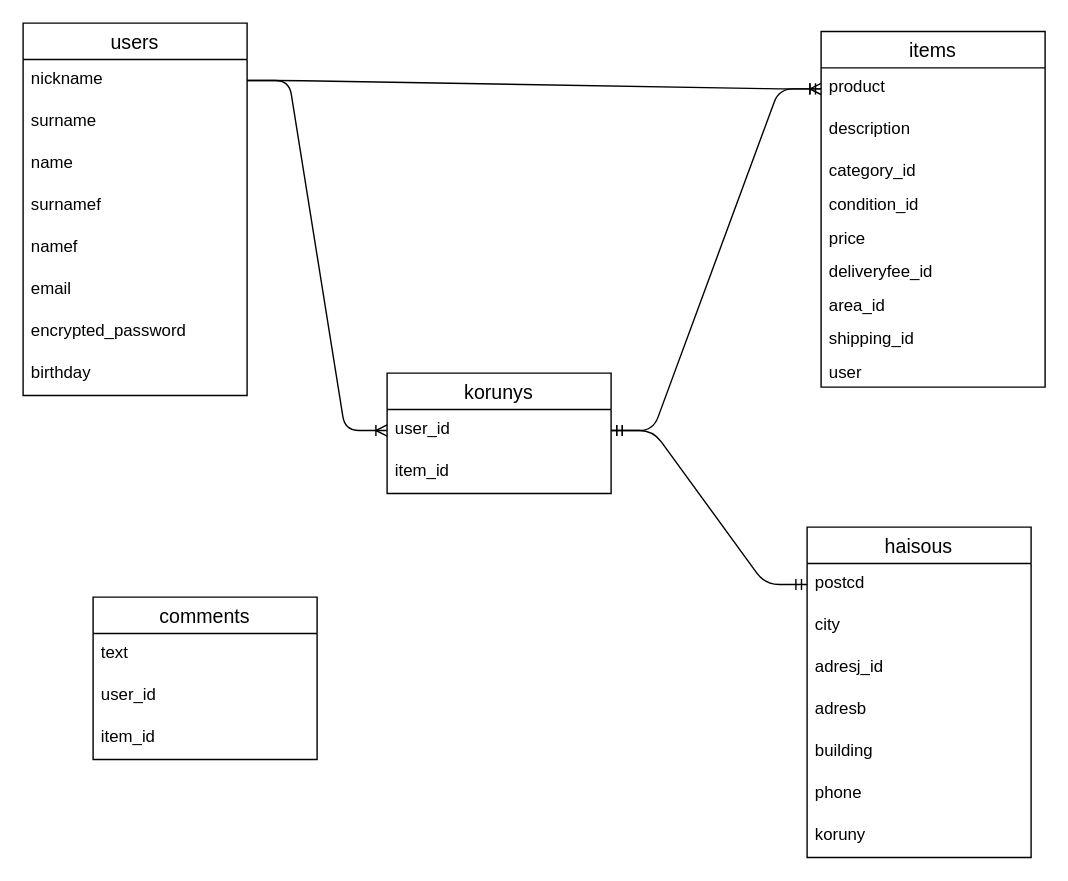
mahha334/furima-31178 keeps this draw.io diagram as app/views/ER.dio. Above is the earlier version. Source tidied: cells renumbered, new cells numbered last; positions are measured from the earlier drawing's top-left corner, leaving out a move shared by most shapes. Both pictures are drawn from the tidied source at 140%, with x=0, y=0 at pixel (22, 22).
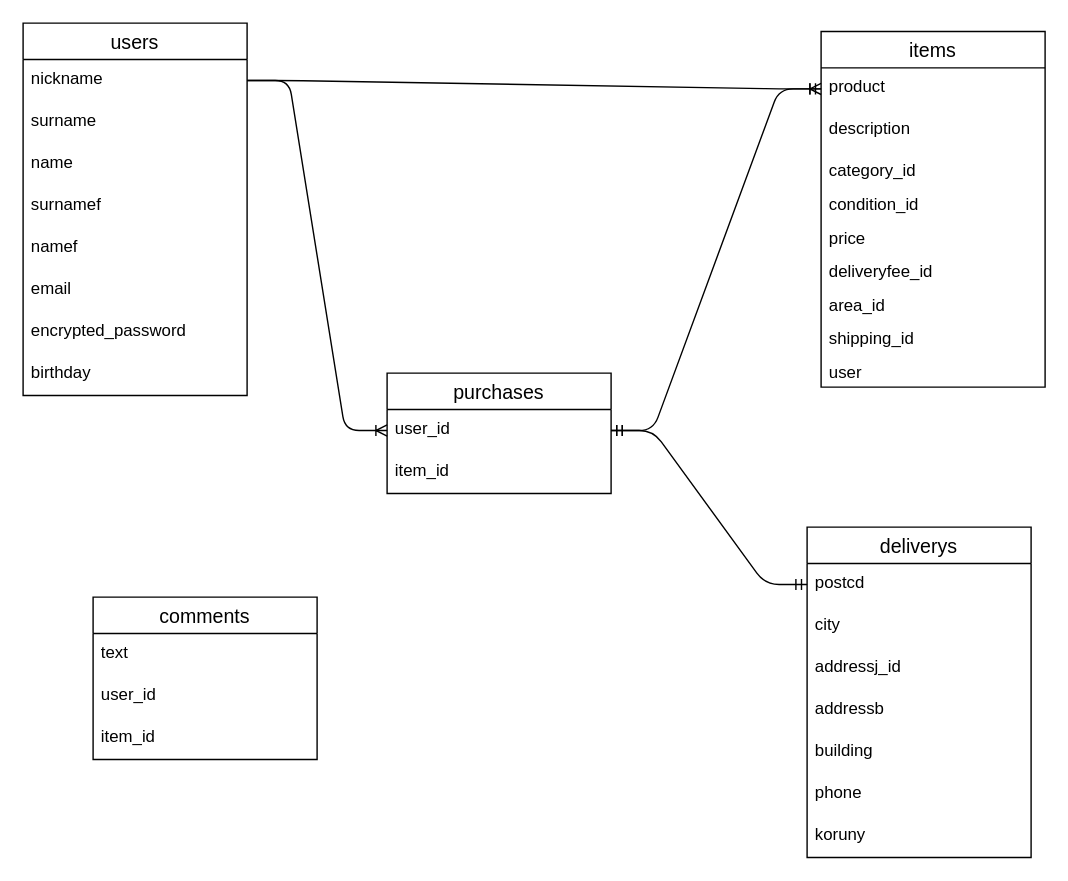
The same page after the edit.

Diff of the diagram source:
```diff
@@
-    <mxCell id="25" value="korunys" style="swimlane;fontStyle=0;horizontal=1;startSize=26;align=center;fontSize=14;rounded=0;sketch=0;" parent="1" vertex="1">
+    <mxCell id="25" value="purchases" style="swimlane;fontStyle=0;horizontal=1;startSize=26;align=center;fontSize=14;rounded=0;sketch=0;" parent="1" vertex="1">
       <mxGeometry x="260" y="250" width="160" height="86" as="geometry" />
     </mxCell>
@@
-    <mxCell id="28" value="haisous" style="swimlane;fontStyle=0;horizontal=1;startSize=26;align=center;fontSize=14;rounded=0;sketch=0;" parent="1" vertex="1">
+    <mxCell id="28" value="deliverys" style="swimlane;fontStyle=0;horizontal=1;startSize=26;align=center;fontSize=14;rounded=0;sketch=0;" parent="1" vertex="1">
       <mxGeometry x="560" y="360" width="160" height="236" as="geometry" />
     </mxCell>
@@
-    <mxCell id="31" value="adresj_id" style="text;strokeColor=none;fillColor=none;spacingLeft=4;spacingRight=4;overflow=hidden;fontSize=12;" parent="28" vertex="1">
+    <mxCell id="31" value="addressj_id" style="text;strokeColor=none;fillColor=none;spacingLeft=4;spacingRight=4;overflow=hidden;fontSize=12;" parent="28" vertex="1">
       <mxGeometry y="86" width="160" height="30" as="geometry" />
     </mxCell>
-    <mxCell id="32" value="adresb" style="text;strokeColor=none;fillColor=none;spacingLeft=4;spacingRight=4;overflow=hidden;fontSize=12;" parent="28" vertex="1">
+    <mxCell id="32" value="addressb" style="text;strokeColor=none;fillColor=none;spacingLeft=4;spacingRight=4;overflow=hidden;fontSize=12;" parent="28" vertex="1">
       <mxGeometry y="116" width="160" height="30" as="geometry" />
     </mxCell>
```
